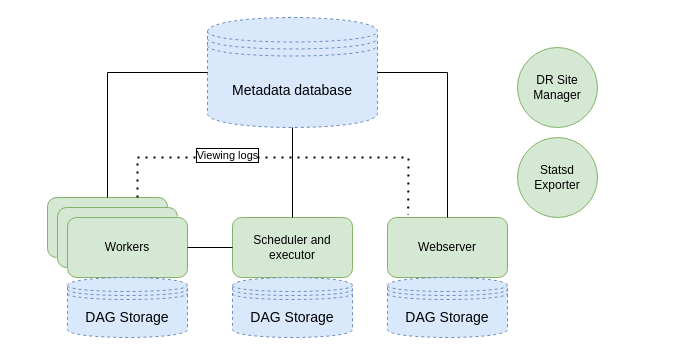
Before: docs/sources/drawio/airflow_hl_overview.drawio in Netcracker/qubership-airflow, a draw.io diagram. Source tidied: cells renumbered, new cells numbered last; positions are measured from the earlier drawing's top-left corner, leaving out a move shared by most shapes. Both pictures are drawn from the tidied source at 100%, with x=0, y=0 at pixel (47, 17).
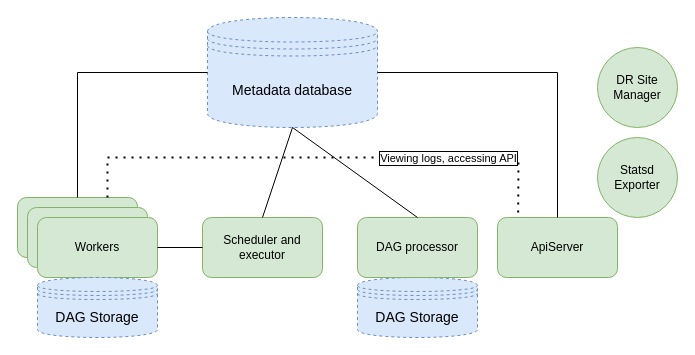
The same diagram, later.

Unchanged cells that the change refers to:
```xml
<mxCell id="7" value="Metadata database" style="shape=datastore;whiteSpace=wrap;html=1;shadow=0;dashed=1;fontSize=14;fillColor=#dae8fc;strokeColor=#6c8ebf;" parent="1" vertex="1">
  <mxGeometry x="160" width="170" height="110" as="geometry" />
</mxCell>
```

Change to the diagram source:
```diff
@@
     <mxCell id="2" value="Scheduler and executor" style="rounded=1;whiteSpace=wrap;html=1;fillColor=#d5e8d4;strokeColor=#82b366;" parent="1" vertex="1">
-      <mxGeometry x="185" y="200" width="120" height="60" as="geometry" />
+      <mxGeometry x="155" y="200" width="120" height="60" as="geometry" />
     </mxCell>
-    <mxCell id="3" value="Webserver" style="rounded=1;whiteSpace=wrap;html=1;fillColor=#d5e8d4;strokeColor=#82b366;" parent="1" vertex="1">
-      <mxGeometry x="340" y="200" width="120" height="60" as="geometry" />
+    <mxCell id="3" value="ApiServer" style="rounded=1;whiteSpace=wrap;html=1;fillColor=#d5e8d4;strokeColor=#82b366;" parent="1" vertex="1">
+      <mxGeometry x="450" y="200" width="120" height="60" as="geometry" />
     </mxCell>
     <mxCell id="4" style="rounded=1;whiteSpace=wrap;html=1;fillColor=#d5e8d4;strokeColor=#82b366;" parent="1" vertex="1">
-      <mxGeometry y="180" width="120" height="60" as="geometry" />
+      <mxGeometry x="-30" y="180" width="120" height="60" as="geometry" />
     </mxCell>
     <mxCell id="5" style="rounded=1;whiteSpace=wrap;html=1;fillColor=#d5e8d4;strokeColor=#82b366;" parent="1" vertex="1">
-      <mxGeometry x="10" y="190" width="120" height="60" as="geometry" />
+      <mxGeometry x="-20" y="190" width="120" height="60" as="geometry" />
     </mxCell>
     <mxCell id="6" value="Workers" style="rounded=1;whiteSpace=wrap;html=1;fillColor=#d5e8d4;strokeColor=#82b366;" parent="1" vertex="1">
-      <mxGeometry x="20" y="200" width="120" height="60" as="geometry" />
+      <mxGeometry x="-10" y="200" width="120" height="60" as="geometry" />
     </mxCell>
@@
     <mxCell id="8" value="DAG Storage" style="shape=datastore;whiteSpace=wrap;html=1;shadow=0;dashed=1;fontSize=14;fillColor=#dae8fc;strokeColor=#6c8ebf;" parent="1" vertex="1">
-      <mxGeometry x="20" y="260" width="120" height="60" as="geometry" />
+      <mxGeometry x="-10" y="260" width="120" height="60" as="geometry" />
     </mxCell>
     <mxCell id="9" value="DAG Storage" style="shape=datastore;whiteSpace=wrap;html=1;shadow=0;dashed=1;fontSize=14;fillColor=#dae8fc;strokeColor=#6c8ebf;" parent="1" vertex="1">
-      <mxGeometry x="185" y="260" width="120" height="60" as="geometry" />
+      <mxGeometry x="310" y="260" width="120" height="60" as="geometry" />
     </mxCell>
-    <mxCell id="10" value="DAG Storage" style="shape=datastore;whiteSpace=wrap;html=1;shadow=0;dashed=1;fontSize=14;fillColor=#dae8fc;strokeColor=#6c8ebf;" parent="1" vertex="1">
-      <mxGeometry x="340" y="260" width="120" height="60" as="geometry" />
-    </mxCell>
@@
     <mxCell id="13" style="endArrow=none;html=1;rounded=0;exitX=0.5;exitY=0;exitDx=0;exitDy=0;entryX=1;entryY=0.5;entryDx=0;entryDy=0;" parent="1" edge="1" source="3" target="7">
       <mxGeometry relative="1" as="geometry">
         <Array as="points">
-          <mxPoint x="400" y="55" />
+          <mxPoint x="510" y="55" />
         </Array>
       </mxGeometry>
     </mxCell>
     <mxCell id="14" style="endArrow=none;html=1;rounded=0;exitX=0;exitY=0.5;exitDx=0;exitDy=0;entryX=0.5;entryY=0;entryDx=0;entryDy=0;" parent="1" edge="1" source="7" target="4">
       <mxGeometry relative="1" as="geometry">
         <Array as="points">
-          <mxPoint x="60" y="55" />
+          <mxPoint x="30" y="55" />
         </Array>
       </mxGeometry>
     </mxCell>
     <mxCell id="15" value="DR Site Manager" style="ellipse;whiteSpace=wrap;html=1;fillColor=#d5e8d4;strokeColor=#82b366;" parent="1" vertex="1">
-      <mxGeometry x="470" y="30" width="80" height="80" as="geometry" />
+      <mxGeometry x="550" y="30" width="80" height="80" as="geometry" />
     </mxCell>
     <mxCell id="16" value="Statsd Exporter" style="ellipse;whiteSpace=wrap;html=1;fillColor=#d5e8d4;strokeColor=#82b366;" parent="1" vertex="1">
-      <mxGeometry x="470" y="120" width="80" height="80" as="geometry" />
+      <mxGeometry x="550" y="120" width="80" height="80" as="geometry" />
     </mxCell>
     <mxCell id="17" style="endArrow=none;dashed=1;html=1;dashPattern=1 3;strokeWidth=2;rounded=0;exitX=0.75;exitY=0;exitDx=0;exitDy=0;entryX=0.172;entryY=-0.04;entryDx=0;entryDy=0;entryPerimeter=0;" parent="1" edge="1" source="4" target="3">
       <mxGeometry relative="1" as="geometry">
         <Array as="points">
-          <mxPoint x="90" y="140" />
-          <mxPoint x="361" y="140" />
+          <mxPoint x="60" y="140" />
+          <mxPoint x="471" y="140" />
         </Array>
       </mxGeometry>
     </mxCell>
-    <mxCell id="18" value="Viewing logs" style="edgeLabel;html=1;align=center;verticalAlign=middle;labelBorderColor=default;" parent="17" vertex="1">
-      <mxGeometry x="-0.3" y="3" relative="1" as="geometry" />
+    <mxCell id="18" value="Viewing logs, accessing API" style="edgeLabel;html=1;align=center;verticalAlign=middle;labelBorderColor=default;" parent="17" vertex="1">
+      <mxGeometry x="-0.3" y="3" relative="1" as="geometry">
+        <mxPoint x="202" y="3" as="offset" />
+      </mxGeometry>
     </mxCell>
+    <mxCell id="19" value="DAG processor" style="rounded=1;whiteSpace=wrap;html=1;fillColor=#d5e8d4;strokeColor=#82b366;" parent="1" vertex="1">
+      <mxGeometry x="310" y="200" width="120" height="60" as="geometry" />
+    </mxCell>
+    <mxCell id="20" style="endArrow=none;html=1;rounded=0;entryX=0.5;entryY=0;entryDx=0;entryDy=0;exitX=0.5;exitY=1;exitDx=0;exitDy=0;" parent="1" edge="1" source="7" target="19">
+      <mxGeometry relative="1" as="geometry" />
+    </mxCell>
```
